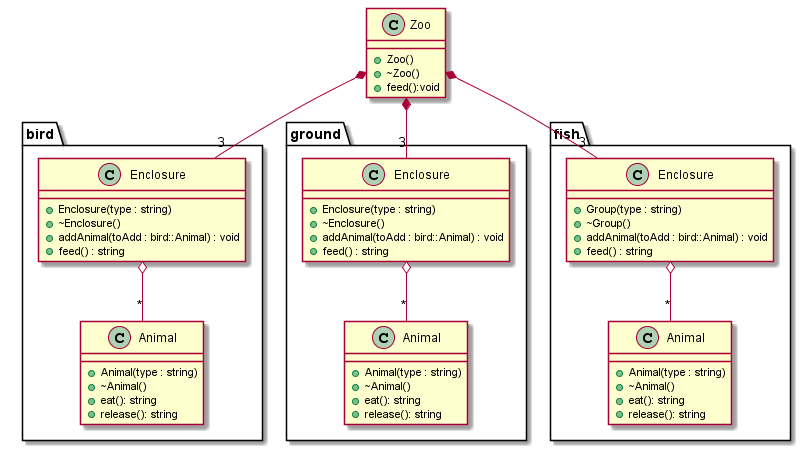
This is namespaces/zoo.png from JankMi/opr, a PlantUML export, as it was before one commit.
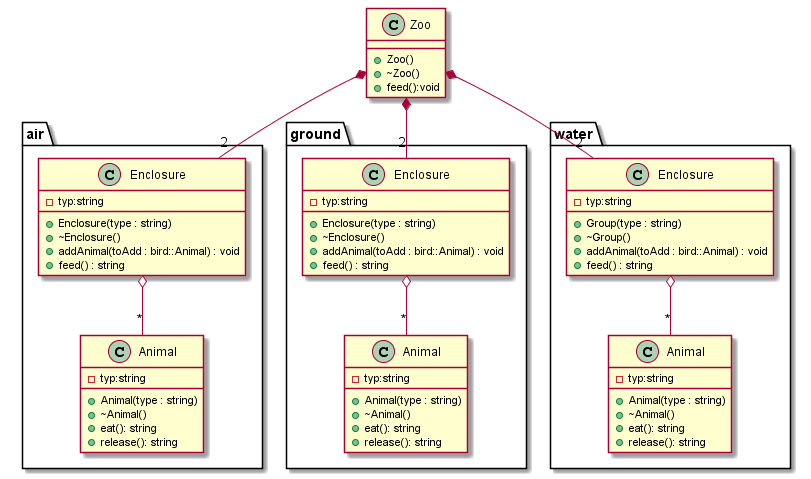
After the change.

The edit, as a diff of the source:
```diff
@@ -7,16 +7,17 @@
     +feed():void
 }
 
-        Zoo *-- "3" bird::Enclosure
-        Zoo *-- "3" ground::Enclosure
-        Zoo *-- "3" fish::Enclosure
+        Zoo *-- "2" air::Enclosure
+        Zoo *-- "2" ground::Enclosure
+        Zoo *-- "2" water::Enclosure
 
-    namespace bird {
+    namespace air {
         class Enclosure{
             +Enclosure(type : string)
             +~Enclosure()
             +addAnimal(toAdd : bird::Animal) : void
             +feed() : string
+            -typ:string
         }
 
 
@@ -25,6 +26,7 @@
             +~Animal()
             +eat(): string
             +release(): string
+            -typ:string
         }
 
         Enclosure o-- "*" Animal
@@ -37,6 +39,7 @@
             +~Enclosure()
             +addAnimal(toAdd : bird::Animal) : void
             +feed() : string
+            -typ:string
         }
 
 
@@ -45,18 +48,20 @@
             +~Animal()
             +eat(): string
             +release(): string
+            -typ:string
         }
 
         Enclosure o-- "*" Animal
 
         }
 
-    namespace fish {
+    namespace water {
         class Enclosure{
             +Group(type : string)
             +~Group()
             +addAnimal(toAdd : bird::Animal) : void
             +feed() : string
+            -typ:string
         }
 
 
@@ -65,6 +70,7 @@
             +~Animal()
             +eat(): string
             +release(): string
+            -typ:string
         }
 
         Enclosure o-- "*" Animal
```
